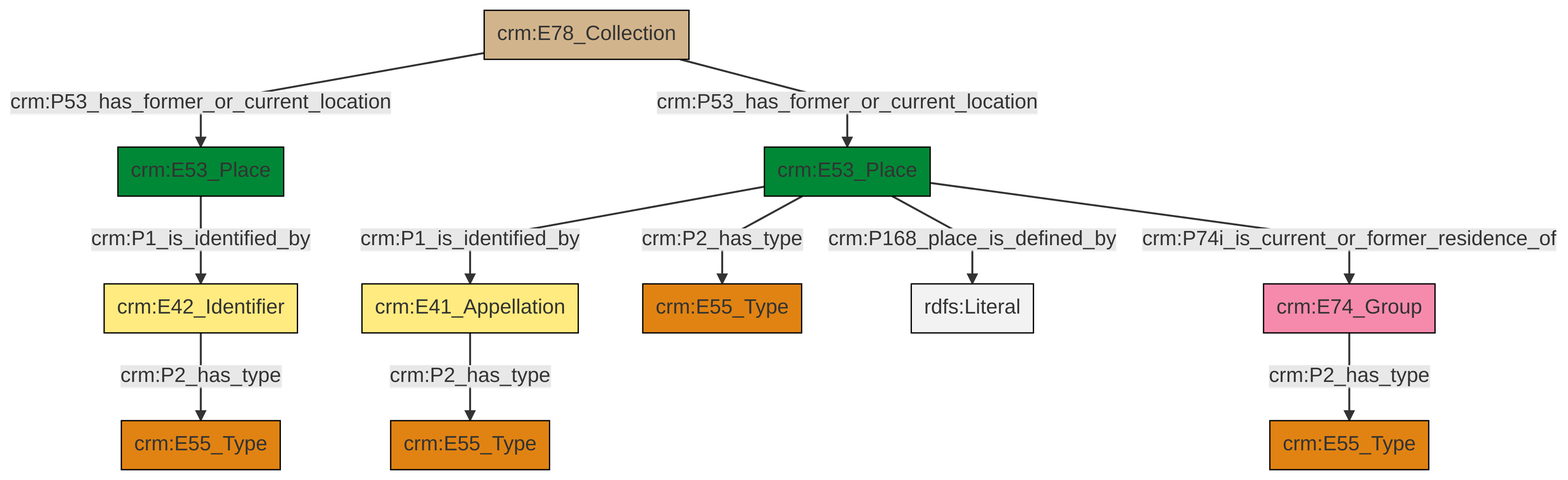
This is et/archivalCSV/ttl/mmd/png/archival_location.png from swiss-art-research-net/docs.swissartresearch, a Mermaid export, as it was before one commit. Its source is kept beside it as et/archivalCSV/ttl/mmd/archival_location.ttl.mmd.
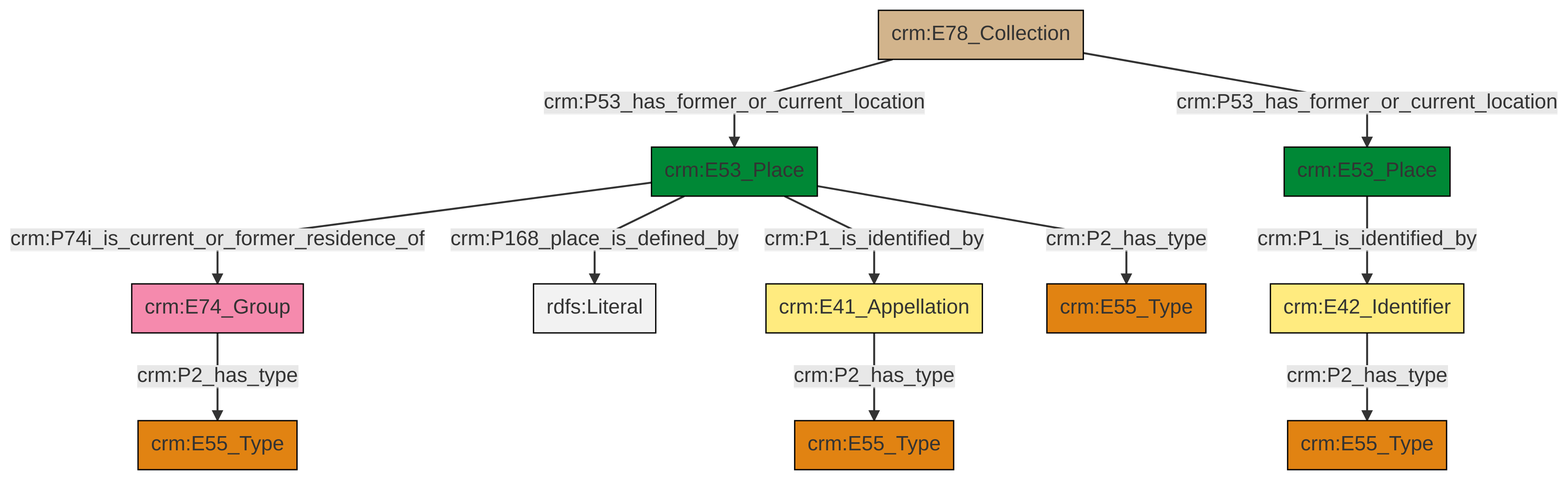
Later version of the same file.

Change to the diagram source:
```diff
@@ -13,13 +13,13 @@
 classDef PC_Classes fill:#4ce600, stroke:#000000;
 classDef Multi fill:#cccccc,stroke:#000000;
 
-2["crm:E53_Place"]:::Place -->|crm:P1_is_identified_by| 3["crm:E42_Identifier"]:::Appellation
-6["crm:E78_Collection"]:::Physical_Thing -->|crm:P53_has_former_or_current_location| 2["crm:E53_Place"]:::Place
-3["crm:E42_Identifier"]:::Appellation -->|crm:P2_has_type| 10["crm:E55_Type"]:::Type
-11["crm:E53_Place"]:::Place -->|crm:P2_has_type| 12["crm:E55_Type"]:::Type
-11["crm:E53_Place"]:::Place -->|crm:P168_place_is_defined_by| 14[rdfs:Literal]:::Literal
-11["crm:E53_Place"]:::Place -->|crm:P1_is_identified_by| 15["crm:E41_Appellation"]:::Appellation
-15["crm:E41_Appellation"]:::Appellation -->|crm:P2_has_type| 8["crm:E55_Type"]:::Type
-11["crm:E53_Place"]:::Place -->|crm:P74i_is_current_or_former_residence_of| 0["crm:E74_Group"]:::Actor
-6["crm:E78_Collection"]:::Physical_Thing -->|crm:P53_has_former_or_current_location| 11["crm:E53_Place"]:::Place
-0["crm:E74_Group"]:::Actor -->|crm:P2_has_type| 4["crm:E55_Type"]:::Type
+4["crm:E74_Group"]:::Actor -->|crm:P2_has_type| 5["crm:E55_Type"]:::Type
+6["crm:E53_Place"]:::Place -->|crm:P74i_is_current_or_former_residence_of| 4["crm:E74_Group"]:::Actor
+9["crm:E78_Collection"]:::Physical_Thing -->|crm:P53_has_former_or_current_location| 6["crm:E53_Place"]:::Place
+7["crm:E53_Place"]:::Place -->|crm:P1_is_identified_by| 18["crm:E42_Identifier"]:::Appellation
+18["crm:E42_Identifier"]:::Appellation -->|crm:P2_has_type| 11["crm:E55_Type"]:::Type
+6["crm:E53_Place"]:::Place -->|crm:P168_place_is_defined_by| 20[rdfs:Literal]:::Literal
+6["crm:E53_Place"]:::Place -->|crm:P1_is_identified_by| 0["crm:E41_Appellation"]:::Appellation
+6["crm:E53_Place"]:::Place -->|crm:P2_has_type| 2["crm:E55_Type"]:::Type
+9["crm:E78_Collection"]:::Physical_Thing -->|crm:P53_has_former_or_current_location| 7["crm:E53_Place"]:::Place
+0["crm:E41_Appellation"]:::Appellation -->|crm:P2_has_type| 13["crm:E55_Type"]:::Type
```
